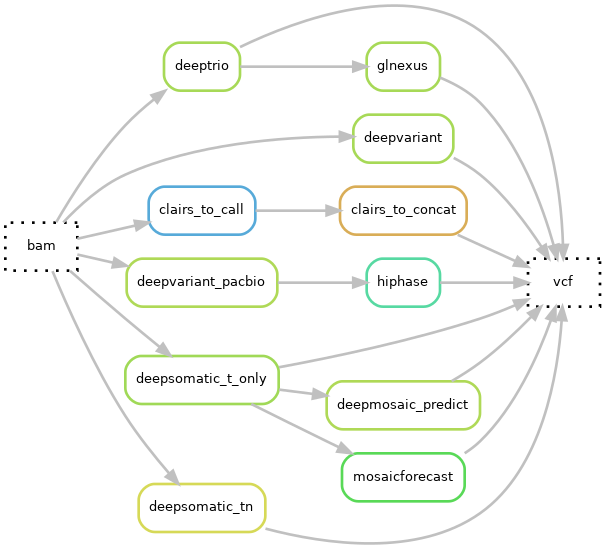
Before: docs/images/snv_indels_LR.png, a diagram exported from Graphviz (hydra-genetics/snv_indels). Its source is kept beside it as docs/images/snv_indels_LR.dot. Source of this version:
```dot
digraph snakemake_dag {
	rankdir="LR"
    graph[bgcolor=white, margin=0];
    node[shape=box, style=rounded, fontname="sans",                 fontsize=10, penwidth=2];
    edge[penwidth=2, color=grey];
	0[label = "vcf", color = "0.0 0.0 0.0", style="dotted"];

	18[label = "deeptrio", color = "0.23 0.6 0.85", style="rounded"];
	19[label = "deepvariant", color = "0.23 0.6 0.85", style="rounded"];
	21[label = "glnexus", color = "0.23 0.6 0.85", style="rounded"];
	20[label = "bam", color = "0.0 0.0 0.0", style="dotted"];

	35[label = "clairs_to_concat", color = "0.11 0.6 0.85", style="rounded"];
	36[label = "clairs_to_call", color = "0.56 0.6 0.85", style="rounded"];

	43[label = "deepvariant_pacbio", color = "0.22 0.6 0.85", style="rounded"];
	45[label = "hiphase", color = "0.43 0.6 0.85", style="rounded"];

	51[label = "deepsomatic_t_only", color = "0.24 0.6 0.85", style="rounded"];
	52[label = "deepsomatic_tn", color = "0.17 0.6 0.85", style="rounded"];

	61[label = "deepmosaic_predict", color = "0.22 0.6 0.85", style="rounded"];
	65[label = "mosaicforecast", color = "0.33 0.6 0.85", style="rounded"];


	18 -> 0
	19 -> 0
	21 -> 0
	18 -> 21
	20 -> 19
	20 -> 18

	35 -> 0
	36 -> 35
	20 -> 36

	45 -> 0
	43 -> 45
	20 -> 43

	52 -> 0
	51 -> 0
	20 -> 52

	61 -> 0
	65 -> 0
	20 -> 51
	51 -> 61
	51 -> 65
}
```
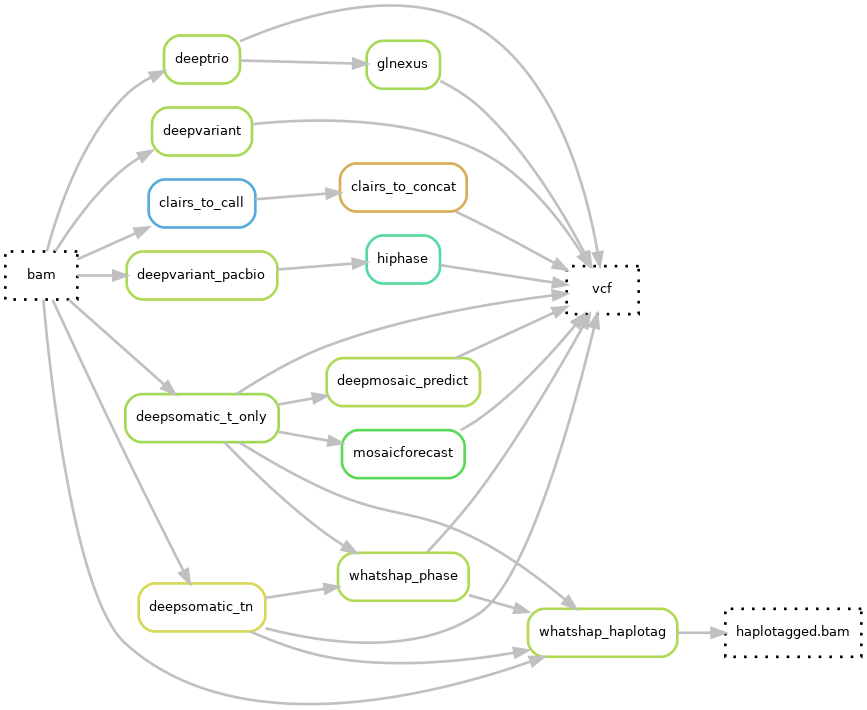
Above is the later version.

Commit message:
docs: add whatshap rules to DAG

The edit, as a diff of the source:
```diff
@@ -4,6 +4,7 @@
     node[shape=box, style=rounded, fontname="sans",                 fontsize=10, penwidth=2];
     edge[penwidth=2, color=grey];
 	0[label = "vcf", color = "0.0 0.0 0.0", style="dotted"];
+	1[label = "haplotagged.bam", color = "0.0 0.0 0.0", style="dotted"];
 
 	18[label = "deeptrio", color = "0.23 0.6 0.85", style="rounded"];
 	19[label = "deepvariant", color = "0.23 0.6 0.85", style="rounded"];
@@ -21,6 +22,9 @@
 
 	61[label = "deepmosaic_predict", color = "0.22 0.6 0.85", style="rounded"];
 	65[label = "mosaicforecast", color = "0.33 0.6 0.85", style="rounded"];
+
+	71[label = "whatshap_phase", color = "0.22 0.6 0.85", style="rounded"];
+	72[label = "whatshap_haplotag", color = "0.22 0.6 0.85", style="rounded"];
 
 
 	18 -> 0
@@ -47,4 +51,14 @@
 	20 -> 51
 	51 -> 61
 	51 -> 65
+
+	51 -> 71
+	52 -> 71
+	71 -> 0
+	72 -> 1
+	51 -> 72
+	52 -> 72
+	20 -> 72
+	71 -> 72
+
 }
```
